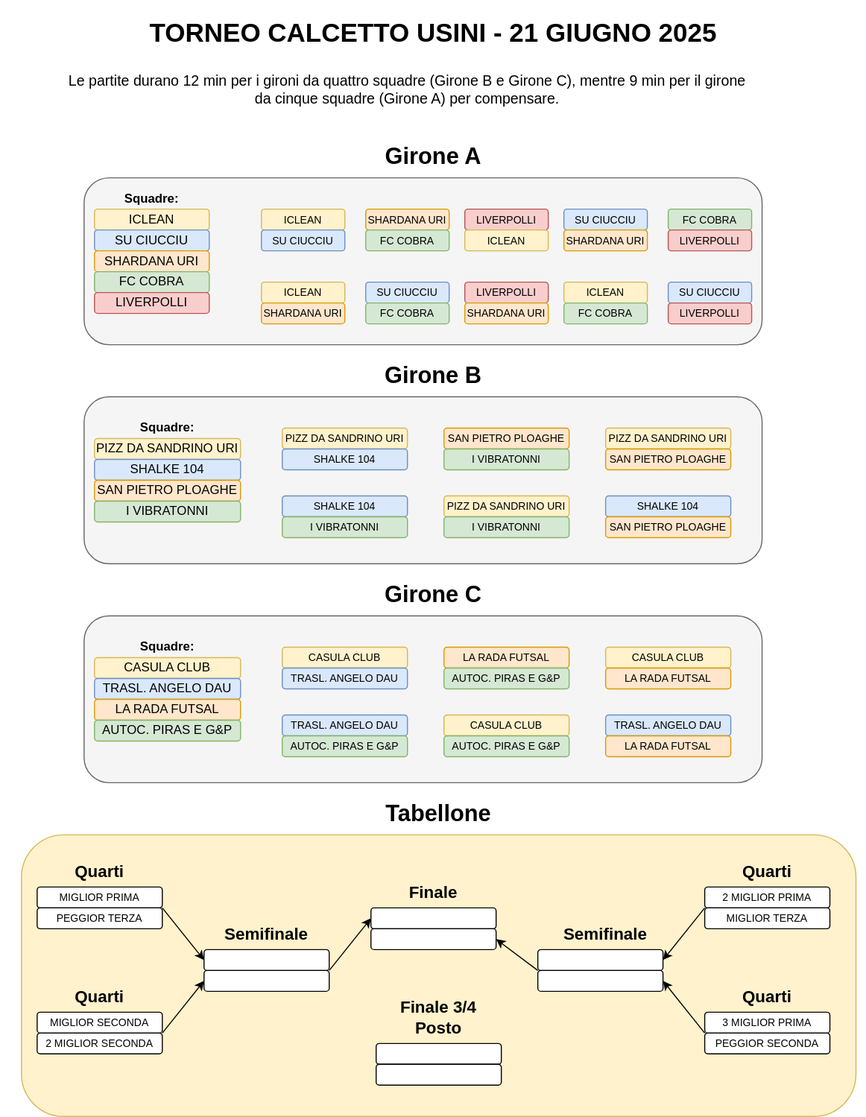
cscalaresu/tornei keeps this draw.io diagram as torneo-calcetto-2025/tabellone.svg. Above is the earlier version. Source tidied: cells renumbered, new cells last; positions are measured from the earlier drawing's top-left corner, leaving out a move shared by most shapes.
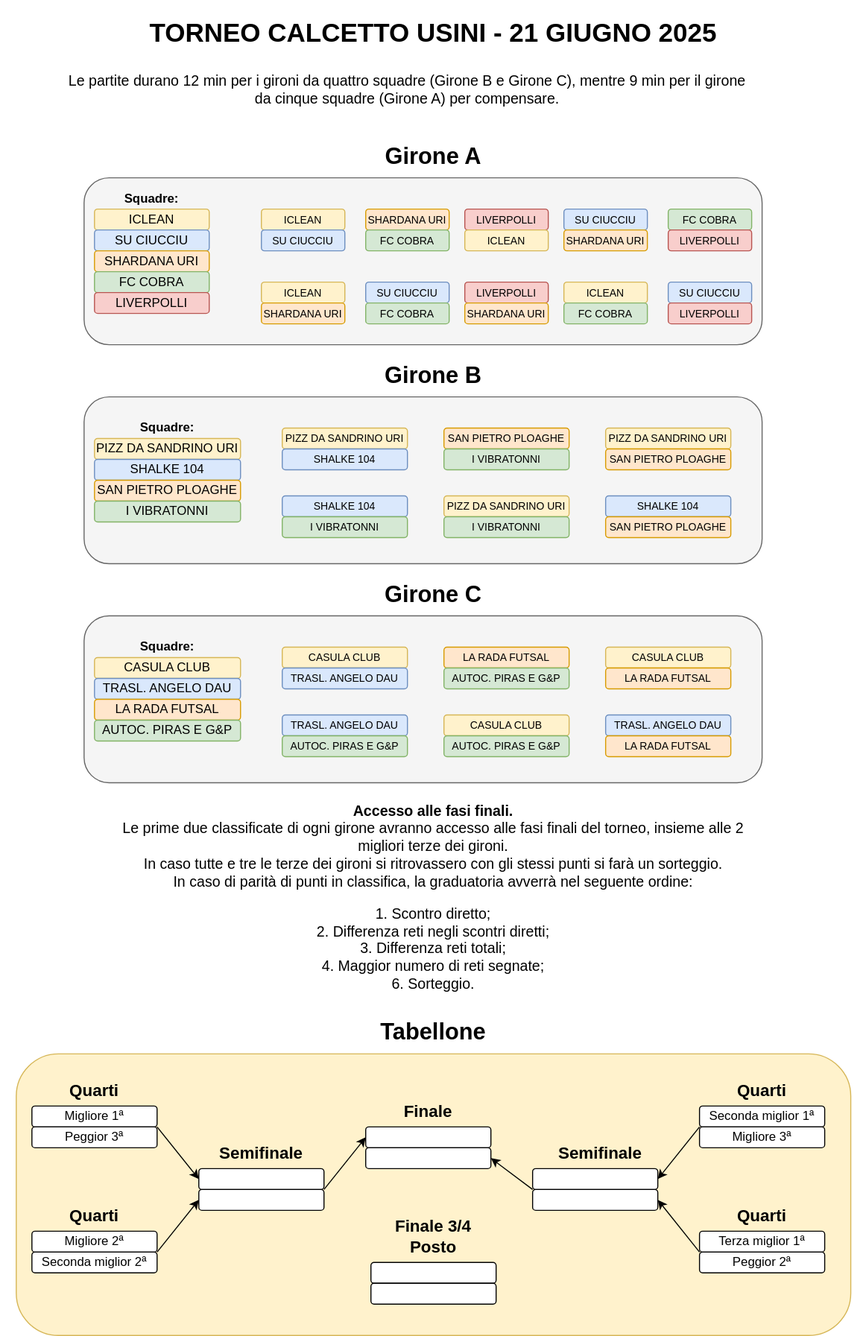
Above is the later version.

Diff of the diagram source:
```diff
@@ -3,7 +3,7 @@
     <mxCell id="0" />
     <mxCell id="1" parent="0" />
     <mxCell id="2" style="rounded=1;whiteSpace=wrap;html=1;fillColor=#fff2cc;strokeColor=#d6b656;" parent="1" vertex="1">
-      <mxGeometry x="20" y="800" width="800" height="270" as="geometry" />
+      <mxGeometry x="15" y="1010" width="800" height="270" as="geometry" />
     </mxCell>
     <mxCell id="3" style="rounded=1;whiteSpace=wrap;html=1;fillColor=#f5f5f5;fontColor=#333333;strokeColor=#666666;" parent="1" vertex="1">
       <mxGeometry x="80" y="170" width="650" height="160" as="geometry" />
@@ -206,47 +206,47 @@
     <mxCell id="69" value="&lt;b&gt;Squadre:&lt;/b&gt;" style="text;html=1;align=center;verticalAlign=middle;whiteSpace=wrap;rounded=0;" parent="1" vertex="1">
       <mxGeometry x="105" y="610" width="110" height="20" as="geometry" />
     </mxCell>
-    <mxCell id="70" value="&lt;font style=&quot;font-size: 10px;&quot;&gt;MIGLIOR PRIMA&lt;/font&gt;" style="rounded=1;whiteSpace=wrap;html=1;" parent="1" vertex="1">
-      <mxGeometry x="35" y="850" width="120" height="20" as="geometry" />
+    <mxCell id="70" value="Migliore 1ª" style="rounded=1;whiteSpace=wrap;html=1;" parent="1" vertex="1">
+      <mxGeometry x="30" y="1060" width="120" height="20" as="geometry" />
     </mxCell>
-    <mxCell id="71" value="&lt;font style=&quot;font-size: 10px;&quot;&gt;PEGGIOR TERZA&lt;/font&gt;" style="rounded=1;whiteSpace=wrap;html=1;" parent="1" vertex="1">
-      <mxGeometry x="35" y="870" width="120" height="20" as="geometry" />
+    <mxCell id="71" value="Peggior 3ª" style="rounded=1;whiteSpace=wrap;html=1;" parent="1" vertex="1">
+      <mxGeometry x="30" y="1080" width="120" height="20" as="geometry" />
     </mxCell>
-    <mxCell id="72" value="&lt;font style=&quot;font-size: 10px;&quot;&gt;MIGLIOR SECONDA&lt;/font&gt;" style="rounded=1;whiteSpace=wrap;html=1;" parent="1" vertex="1">
-      <mxGeometry x="35" y="970" width="120" height="20" as="geometry" />
+    <mxCell id="72" value="Migliore 2ª" style="rounded=1;whiteSpace=wrap;html=1;" parent="1" vertex="1">
+      <mxGeometry x="30" y="1180" width="120" height="20" as="geometry" />
     </mxCell>
-    <mxCell id="73" value="&lt;font style=&quot;font-size: 10px;&quot;&gt;2 MIGLIOR SECONDA&lt;/font&gt;" style="rounded=1;whiteSpace=wrap;html=1;" parent="1" vertex="1">
-      <mxGeometry x="35" y="990" width="120" height="20" as="geometry" />
+    <mxCell id="73" value="Seconda miglior 2ª" style="rounded=1;whiteSpace=wrap;html=1;" parent="1" vertex="1">
+      <mxGeometry x="30" y="1200" width="120" height="20" as="geometry" />
     </mxCell>
-    <mxCell id="74" value="&lt;font style=&quot;font-size: 10px;&quot;&gt;2 MIGLIOR PRIMA&lt;/font&gt;" style="rounded=1;whiteSpace=wrap;html=1;" parent="1" vertex="1">
-      <mxGeometry x="675" y="850" width="120" height="20" as="geometry" />
+    <mxCell id="74" value="Seconda miglior 1ª" style="rounded=1;whiteSpace=wrap;html=1;" parent="1" vertex="1">
+      <mxGeometry x="670" y="1060" width="120" height="20" as="geometry" />
     </mxCell>
-    <mxCell id="75" value="&lt;font style=&quot;font-size: 10px;&quot;&gt;MIGLIOR TERZA&lt;/font&gt;" style="rounded=1;whiteSpace=wrap;html=1;" parent="1" vertex="1">
-      <mxGeometry x="675" y="870" width="120" height="20" as="geometry" />
+    <mxCell id="75" value="Migliore 3ª" style="rounded=1;whiteSpace=wrap;html=1;" parent="1" vertex="1">
+      <mxGeometry x="670" y="1080" width="120" height="20" as="geometry" />
     </mxCell>
-    <mxCell id="76" value="&lt;font style=&quot;font-size: 10px;&quot;&gt;3 MIGLIOR PRIMA&lt;/font&gt;" style="rounded=1;whiteSpace=wrap;html=1;" parent="1" vertex="1">
-      <mxGeometry x="675" y="970" width="120" height="20" as="geometry" />
+    <mxCell id="76" value="Terza miglior 1ª" style="rounded=1;whiteSpace=wrap;html=1;" parent="1" vertex="1">
+      <mxGeometry x="670" y="1180" width="120" height="20" as="geometry" />
     </mxCell>
-    <mxCell id="77" value="&lt;font style=&quot;font-size: 10px;&quot;&gt;PEGGIOR SECONDA&lt;/font&gt;" style="rounded=1;whiteSpace=wrap;html=1;" parent="1" vertex="1">
-      <mxGeometry x="675" y="990" width="120" height="20" as="geometry" />
+    <mxCell id="77" value="Peggior 2ª" style="rounded=1;whiteSpace=wrap;html=1;" parent="1" vertex="1">
+      <mxGeometry x="670" y="1200" width="120" height="20" as="geometry" />
     </mxCell>
     <mxCell id="78" style="rounded=1;whiteSpace=wrap;html=1;" parent="1" vertex="1">
-      <mxGeometry x="195" y="910" width="120" height="20" as="geometry" />
+      <mxGeometry x="190" y="1120" width="120" height="20" as="geometry" />
     </mxCell>
     <mxCell id="79" style="rounded=1;whiteSpace=wrap;html=1;" parent="1" vertex="1">
-      <mxGeometry x="195" y="930" width="120" height="20" as="geometry" />
+      <mxGeometry x="190" y="1140" width="120" height="20" as="geometry" />
     </mxCell>
     <mxCell id="80" style="rounded=1;whiteSpace=wrap;html=1;" parent="1" vertex="1">
-      <mxGeometry x="355" y="870" width="120" height="20" as="geometry" />
+      <mxGeometry x="350" y="1080" width="120" height="20" as="geometry" />
     </mxCell>
     <mxCell id="81" style="rounded=1;whiteSpace=wrap;html=1;" parent="1" vertex="1">
-      <mxGeometry x="355" y="890" width="120" height="20" as="geometry" />
+      <mxGeometry x="350" y="1100" width="120" height="20" as="geometry" />
     </mxCell>
     <mxCell id="82" style="rounded=1;whiteSpace=wrap;html=1;" parent="1" vertex="1">
-      <mxGeometry x="515" y="910" width="120" height="20" as="geometry" />
+      <mxGeometry x="510" y="1120" width="120" height="20" as="geometry" />
     </mxCell>
     <mxCell id="83" style="rounded=1;whiteSpace=wrap;html=1;" parent="1" vertex="1">
-      <mxGeometry x="515" y="930" width="120" height="20" as="geometry" />
+      <mxGeometry x="510" y="1140" width="120" height="20" as="geometry" />
     </mxCell>
     <mxCell id="84" style="endArrow=classic;html=1;rounded=0;exitX=1;exitY=1;exitDx=0;exitDy=0;entryX=0;entryY=0.5;entryDx=0;entryDy=0;" parent="1" edge="1" source="70" target="78">
       <mxGeometry relative="1" as="geometry" />
@@ -267,40 +267,43 @@
       <mxGeometry relative="1" as="geometry" />
     </mxCell>
     <mxCell id="90" value="&lt;font style=&quot;font-size: 22px;&quot;&gt;&lt;b&gt;Tabellone&lt;/b&gt;&lt;/font&gt;" style="text;html=1;align=center;verticalAlign=middle;whiteSpace=wrap;rounded=0;" parent="1" vertex="1">
-      <mxGeometry x="225" y="770" width="390" height="20" as="geometry" />
+      <mxGeometry x="220" y="980" width="390" height="20" as="geometry" />
     </mxCell>
     <mxCell id="91" value="&lt;font style=&quot;font-size: 16px;&quot;&gt;&lt;b&gt;Quarti&lt;/b&gt;&lt;/font&gt;" style="text;html=1;align=center;verticalAlign=middle;whiteSpace=wrap;rounded=0;" parent="1" vertex="1">
-      <mxGeometry x="40" y="820" width="110" height="30" as="geometry" />
+      <mxGeometry x="35" y="1030" width="110" height="30" as="geometry" />
     </mxCell>
     <mxCell id="92" value="&lt;font style=&quot;font-size: 16px;&quot;&gt;&lt;b&gt;Semifinale&lt;/b&gt;&lt;/font&gt;" style="text;html=1;align=center;verticalAlign=middle;whiteSpace=wrap;rounded=0;" parent="1" vertex="1">
-      <mxGeometry x="200" y="880" width="110" height="30" as="geometry" />
+      <mxGeometry x="195" y="1090" width="110" height="30" as="geometry" />
     </mxCell>
     <mxCell id="93" value="&lt;font style=&quot;font-size: 16px;&quot;&gt;&lt;b&gt;Finale&lt;/b&gt;&lt;/font&gt;" style="text;html=1;align=center;verticalAlign=middle;whiteSpace=wrap;rounded=0;" parent="1" vertex="1">
-      <mxGeometry x="360" y="840" width="110" height="30" as="geometry" />
+      <mxGeometry x="355" y="1050" width="110" height="30" as="geometry" />
     </mxCell>
     <mxCell id="94" value="&lt;font style=&quot;font-size: 16px;&quot;&gt;&lt;b&gt;Semifinale&lt;/b&gt;&lt;/font&gt;" style="text;html=1;align=center;verticalAlign=middle;whiteSpace=wrap;rounded=0;" parent="1" vertex="1">
-      <mxGeometry x="525" y="880" width="110" height="30" as="geometry" />
+      <mxGeometry x="520" y="1090" width="110" height="30" as="geometry" />
     </mxCell>
     <mxCell id="95" value="&lt;font style=&quot;font-size: 16px;&quot;&gt;&lt;b&gt;Quarti&lt;/b&gt;&lt;/font&gt;" style="text;html=1;align=center;verticalAlign=middle;whiteSpace=wrap;rounded=0;" parent="1" vertex="1">
-      <mxGeometry x="680" y="820" width="110" height="30" as="geometry" />
+      <mxGeometry x="675" y="1030" width="110" height="30" as="geometry" />
     </mxCell>
     <mxCell id="96" style="rounded=1;whiteSpace=wrap;html=1;" parent="1" vertex="1">
-      <mxGeometry x="360" y="1000" width="120" height="20" as="geometry" />
+      <mxGeometry x="355" y="1210" width="120" height="20" as="geometry" />
     </mxCell>
     <mxCell id="97" style="rounded=1;whiteSpace=wrap;html=1;" parent="1" vertex="1">
-      <mxGeometry x="360" y="1020" width="120" height="20" as="geometry" />
+      <mxGeometry x="355" y="1230" width="120" height="20" as="geometry" />
     </mxCell>
     <mxCell id="98" value="&lt;font style=&quot;font-size: 16px;&quot;&gt;&lt;b&gt;Finale 3/4 Posto&lt;/b&gt;&lt;/font&gt;" style="text;html=1;align=center;verticalAlign=middle;whiteSpace=wrap;rounded=0;" parent="1" vertex="1">
-      <mxGeometry x="365" y="960" width="110" height="30" as="geometry" />
+      <mxGeometry x="360" y="1170" width="110" height="30" as="geometry" />
     </mxCell>
     <mxCell id="99" value="&lt;font style=&quot;font-size: 14px;&quot;&gt;Le partite durano 12 min per i gironi da quattro squadre (Girone B e Girone C), mentre 9 min per il girone da cinque squadre (Girone A) per compensare.&lt;/font&gt;" style="text;html=1;align=center;verticalAlign=middle;whiteSpace=wrap;rounded=0;" parent="1" vertex="1">
       <mxGeometry x="60" y="60" width="660" height="50" as="geometry" />
     </mxCell>
     <mxCell id="100" value="&lt;font style=&quot;font-size: 16px;&quot;&gt;&lt;b&gt;Quarti&lt;/b&gt;&lt;/font&gt;" style="text;html=1;align=center;verticalAlign=middle;whiteSpace=wrap;rounded=0;" parent="1" vertex="1">
-      <mxGeometry x="40" y="940" width="110" height="30" as="geometry" />
+      <mxGeometry x="35" y="1150" width="110" height="30" as="geometry" />
     </mxCell>
     <mxCell id="101" value="&lt;font style=&quot;font-size: 16px;&quot;&gt;&lt;b&gt;Quarti&lt;/b&gt;&lt;/font&gt;" style="text;html=1;align=center;verticalAlign=middle;whiteSpace=wrap;rounded=0;" parent="1" vertex="1">
-      <mxGeometry x="680" y="940" width="110" height="30" as="geometry" />
+      <mxGeometry x="675" y="1150" width="110" height="30" as="geometry" />
     </mxCell>
+    <mxCell id="102" value="&lt;font style=&quot;font-size: 14px;&quot;&gt;&lt;b&gt;Accesso alle fasi finali.&lt;/b&gt;&lt;br&gt;&lt;/font&gt;&lt;div align=&quot;center&quot;&gt;&lt;font style=&quot;font-size: 14px;&quot;&gt;Le prime due classificate di ogni girone avranno accesso alle fasi finali del torneo, insieme alle 2&lt;/font&gt;&lt;br&gt;&lt;font style=&quot;font-size: 14px;&quot;&gt;migliori terze dei gironi.&lt;/font&gt;&lt;br&gt;&lt;font style=&quot;font-size: 14px;&quot;&gt;In caso tutte e tre le terze dei gironi si ritrovassero con gli stessi punti si farà un sorteggio.&lt;/font&gt;&lt;br&gt;&lt;font style=&quot;font-size: 14px;&quot;&gt;In caso di parità di punti in classifica, la graduatoria avverrà nel seguente ordine:&lt;br&gt;&lt;/font&gt;&lt;br&gt;&lt;/div&gt;&lt;font style=&quot;font-size: 14px;&quot;&gt;1. Scontro diretto;&lt;br&gt;2. Differenza reti negli scontri diretti;&lt;br&gt;3. Differenza reti totali;&lt;br&gt;4. Maggior numero di reti segnate;&lt;br&gt;6. Sorteggio.&lt;/font&gt;" style="text;html=1;align=center;verticalAlign=middle;whiteSpace=wrap;rounded=0;" parent="1" vertex="1">
+      <mxGeometry x="20" y="770" width="790" height="180" as="geometry" />
+    </mxCell>
   </root>
 </mxGraphModel>
```
